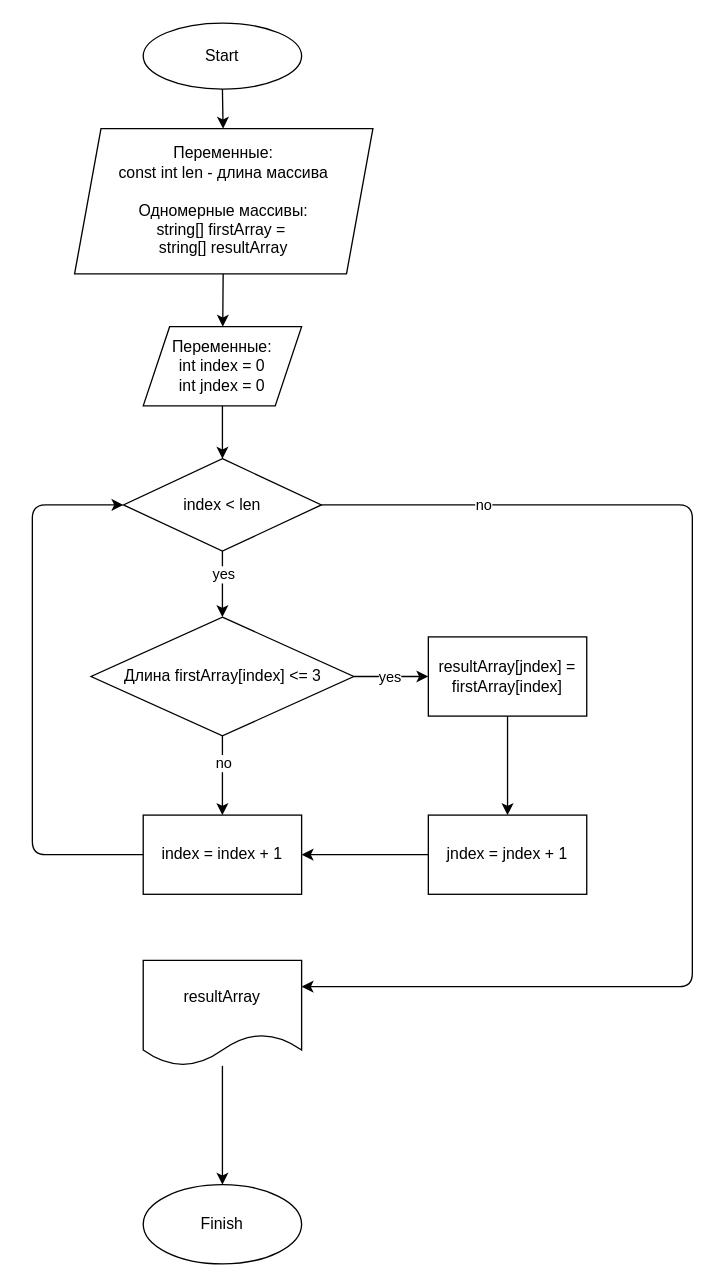
The draw.io diagram scheme.drawio in SergeyZSV/KR_1, before the edit. Source tidied: cells renumbered, new cells numbered last; positions are measured from the earlier drawing's top-left corner, leaving out a move shared by most shapes. Both pictures are drawn from the tidied source at 132%, with x=0, y=0 at pixel (32, 22).
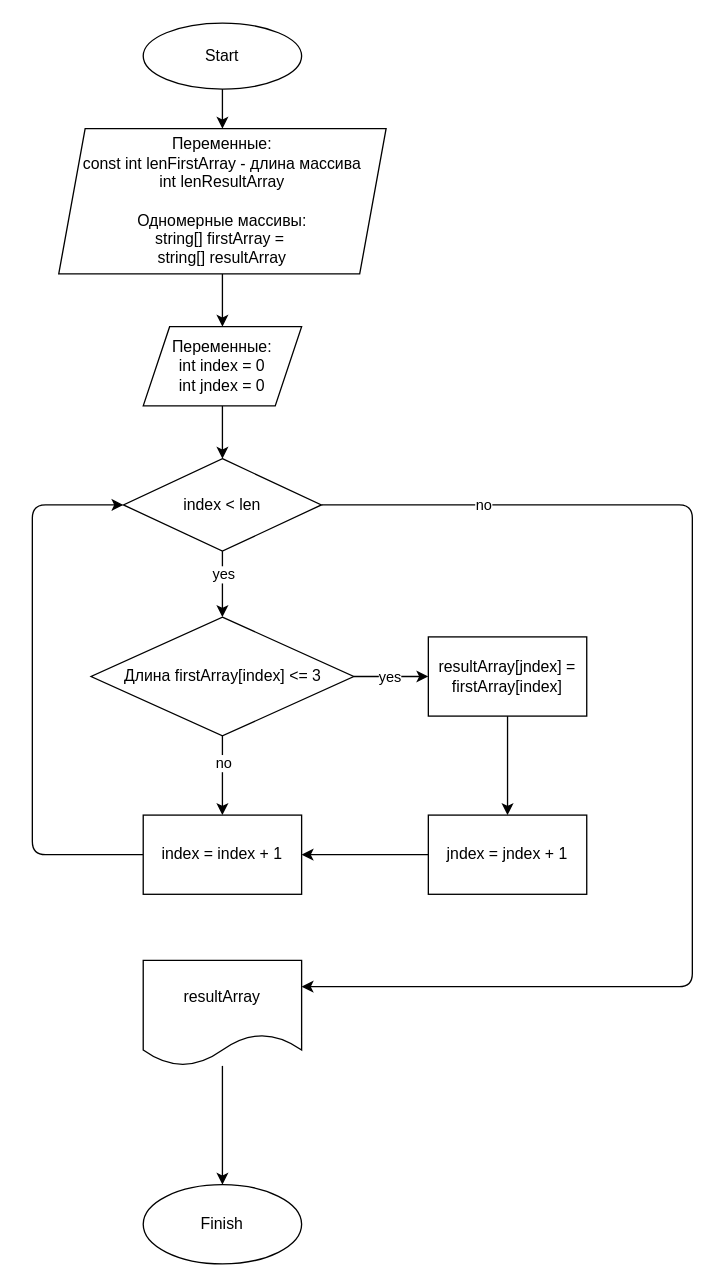
After the change.

Commit message:
Block-scheme corrections

The edit, as a diff of the source:
```diff
@@
-    <mxCell id="5" value="&lt;span&gt;Переменные:&lt;/span&gt;&lt;br&gt;&lt;span&gt;const int len - длина массива&lt;/span&gt;&lt;br&gt;&lt;br&gt;&lt;span&gt;Одномерные массивы:&lt;/span&gt;&lt;br&gt;&lt;span&gt;string[] firstArray =&amp;nbsp;&lt;/span&gt;&lt;br&gt;&lt;span&gt;string[] resultArray&lt;/span&gt;" style="shape=parallelogram;perimeter=parallelogramPerimeter;whiteSpace=wrap;html=1;fixedSize=1;" parent="1" vertex="1">
-      <mxGeometry x="32" y="80" width="226" height="110" as="geometry" />
+    <mxCell id="5" value="&lt;span&gt;Переменные:&lt;/span&gt;&lt;br&gt;&lt;span&gt;const int lenFirstArray - длина массива&lt;br&gt;&lt;/span&gt;int lenResultArray&lt;br&gt;&lt;br&gt;&lt;span&gt;Одномерные массивы:&lt;/span&gt;&lt;br&gt;&lt;span&gt;string[] firstArray =&amp;nbsp;&lt;/span&gt;&lt;br&gt;&lt;span&gt;string[] resultArray&lt;/span&gt;" style="shape=parallelogram;perimeter=parallelogramPerimeter;whiteSpace=wrap;html=1;fixedSize=1;" parent="1" vertex="1">
+      <mxGeometry x="20" y="80" width="248" height="110" as="geometry" />
     </mxCell>
```
